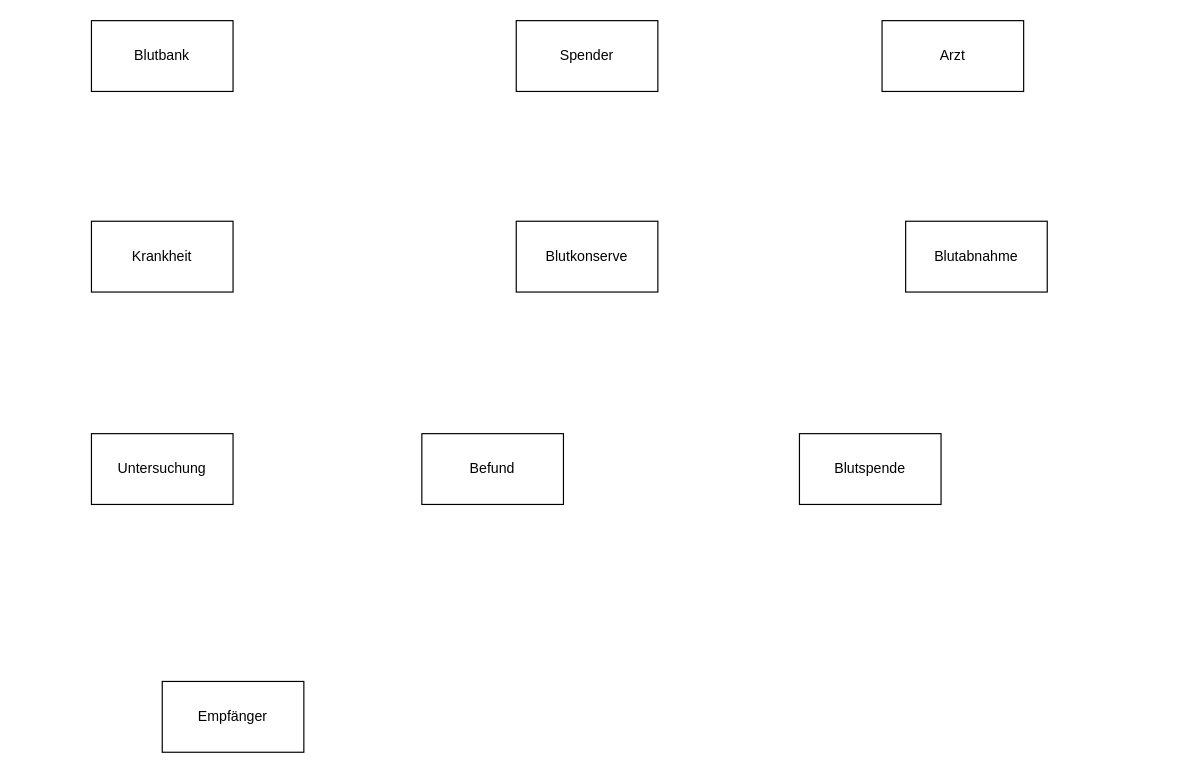
The draw.io diagram Tag_4/Fachklassen_Blutdatenbank.drawio in McLutzifer/WIFI_SW-Engineering, before the edit. Source tidied: cells renumbered, new cells numbered last; positions are measured from the earlier drawing's top-left corner, leaving out a move shared by most shapes. Both pictures are drawn from the tidied source at 118%, with x=0, y=0 at pixel (91, 20).
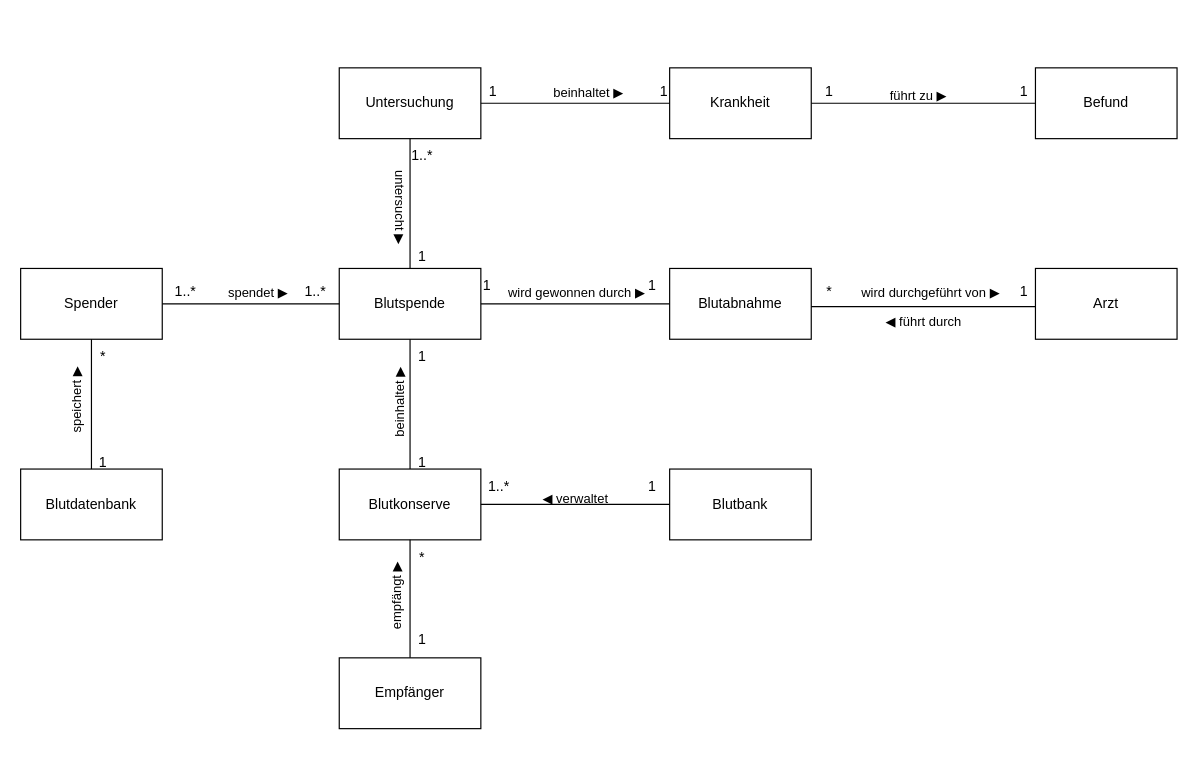
The same diagram, later.

Change to the diagram source:
```diff
@@
     <mxCell id="2" value="Blutkonserve" style="rounded=0;whiteSpace=wrap;html=1;" parent="1" vertex="1">
-      <mxGeometry x="360" y="170" width="120" height="60" as="geometry" />
+      <mxGeometry x="210" y="380" width="120" height="60" as="geometry" />
     </mxCell>
     <mxCell id="3" value="Blutbank" style="rounded=0;whiteSpace=wrap;html=1;" parent="1" vertex="1">
-      <mxGeometry width="120" height="60" as="geometry" />
+      <mxGeometry x="490" y="380" width="120" height="60" as="geometry" />
     </mxCell>
     <mxCell id="4" value="Spender" style="rounded=0;whiteSpace=wrap;html=1;" parent="1" vertex="1">
-      <mxGeometry x="360" width="120" height="60" as="geometry" />
+      <mxGeometry x="-60" y="210" width="120" height="60" as="geometry" />
     </mxCell>
     <mxCell id="5" value="Arzt" style="rounded=0;whiteSpace=wrap;html=1;" parent="1" vertex="1">
-      <mxGeometry x="670" width="120" height="60" as="geometry" />
+      <mxGeometry x="800" y="210" width="120" height="60" as="geometry" />
     </mxCell>
     <mxCell id="6" value="Blutabnahme" style="rounded=0;whiteSpace=wrap;html=1;" parent="1" vertex="1">
-      <mxGeometry x="690" y="170" width="120" height="60" as="geometry" />
+      <mxGeometry x="490" y="210" width="120" height="60" as="geometry" />
     </mxCell>
     <mxCell id="7" value="Krankheit" style="rounded=0;whiteSpace=wrap;html=1;" parent="1" vertex="1">
-      <mxGeometry y="170" width="120" height="60" as="geometry" />
+      <mxGeometry x="490" y="40" width="120" height="60" as="geometry" />
     </mxCell>
     <mxCell id="8" value="Untersuchung" style="rounded=0;whiteSpace=wrap;html=1;" parent="1" vertex="1">
-      <mxGeometry y="350" width="120" height="60" as="geometry" />
+      <mxGeometry x="210" y="40" width="120" height="60" as="geometry" />
     </mxCell>
     <mxCell id="9" value="Befund" style="rounded=0;whiteSpace=wrap;html=1;" parent="1" vertex="1">
-      <mxGeometry x="280" y="350" width="120" height="60" as="geometry" />
+      <mxGeometry x="800" y="40" width="120" height="60" as="geometry" />
     </mxCell>
     <mxCell id="10" value="Blutspende" style="rounded=0;whiteSpace=wrap;html=1;" parent="1" vertex="1">
-      <mxGeometry x="600" y="350" width="120" height="60" as="geometry" />
+      <mxGeometry x="210" y="210" width="120" height="60" as="geometry" />
     </mxCell>
     <mxCell id="11" value="Empfänger" style="rounded=0;whiteSpace=wrap;html=1;" parent="1" vertex="1">
-      <mxGeometry x="60" y="560" width="120" height="60" as="geometry" />
+      <mxGeometry x="210" y="540" width="120" height="60" as="geometry" />
     </mxCell>
+    <mxCell id="12" style="endArrow=none;html=1;rounded=0;entryX=1;entryY=0.5;entryDx=0;entryDy=0;exitX=0;exitY=0.5;exitDx=0;exitDy=0;" parent="1" edge="1" source="10" target="4">
+      <mxGeometry relative="1" as="geometry" />
+    </mxCell>
+    <mxCell id="13" value="spendet ▶" style="edgeLabel;html=1;align=center;verticalAlign=middle;rotation=0;" parent="12" vertex="1">
+      <mxGeometry x="0.35" y="-1" relative="1" as="geometry">
+        <mxPoint x="31" y="-9" as="offset" />
+      </mxGeometry>
+    </mxCell>
+    <mxCell id="14" style="endArrow=none;html=1;rounded=0;entryX=0;entryY=0.5;entryDx=0;entryDy=0;exitX=1;exitY=0.5;exitDx=0;exitDy=0;" parent="1" edge="1" source="10" target="6">
+      <mxGeometry relative="1" as="geometry" />
+    </mxCell>
+    <mxCell id="15" value="wird gewonnen durch ▶" style="edgeLabel;html=1;align=center;verticalAlign=middle;rotation=0;" parent="1" vertex="1">
+      <mxGeometry x="410" y="230" as="geometry" />
+    </mxCell>
+    <mxCell id="16" style="endArrow=none;html=1;rounded=0;entryX=0;entryY=0.5;entryDx=0;entryDy=0;exitX=1;exitY=0.5;exitDx=0;exitDy=0;" parent="1" edge="1">
+      <mxGeometry relative="1" as="geometry">
+        <mxPoint x="610" y="242.3" as="sourcePoint" />
+        <mxPoint x="800" y="242.3" as="targetPoint" />
+      </mxGeometry>
+    </mxCell>
+    <mxCell id="17" value="wird durchgeführt von ▶" style="edgeLabel;html=1;align=center;verticalAlign=middle;rotation=0;" parent="1" vertex="1">
+      <mxGeometry x="710" y="230" as="geometry" />
+    </mxCell>
+    <mxCell id="18" value="&lt;font style=&quot;font-size: 11px;&quot;&gt;◀ führt durch&lt;br&gt;&lt;/font&gt;" style="text;html=1;align=center;verticalAlign=middle;strokeColor=none;fillColor=none;" parent="1" vertex="1">
+      <mxGeometry x="660" y="240" width="90" height="30" as="geometry" />
+    </mxCell>
+    <mxCell id="19" value="Blutdatenbank" style="rounded=0;whiteSpace=wrap;html=1;" parent="1" vertex="1">
+      <mxGeometry x="-60" y="380" width="120" height="60" as="geometry" />
+    </mxCell>
+    <mxCell id="20" style="endArrow=none;html=1;rounded=0;entryX=0.5;entryY=1;entryDx=0;entryDy=0;exitX=0.5;exitY=0;exitDx=0;exitDy=0;" parent="1" edge="1" source="19" target="4">
+      <mxGeometry relative="1" as="geometry" />
+    </mxCell>
+    <mxCell id="21" value="speichert ▶" style="edgeLabel;html=1;align=center;verticalAlign=middle;rotation=-90;" parent="1" vertex="1">
+      <mxGeometry x="-10" y="330" as="geometry">
+        <mxPoint x="7" y="-3" as="offset" />
+      </mxGeometry>
+    </mxCell>
+    <mxCell id="22" value="1" style="text;html=1;strokeColor=none;fillColor=none;align=center;verticalAlign=middle;whiteSpace=wrap;rounded=0;" parent="1" vertex="1">
+      <mxGeometry x="-20" y="360" width="60" height="30" as="geometry" />
+    </mxCell>
+    <mxCell id="23" value="*" style="text;html=1;strokeColor=none;fillColor=none;align=center;verticalAlign=middle;whiteSpace=wrap;rounded=0;" parent="1" vertex="1">
+      <mxGeometry x="-20" y="270" width="60" height="30" as="geometry" />
+    </mxCell>
+    <mxCell id="24" value="1..*" style="text;html=1;strokeColor=none;fillColor=none;align=center;verticalAlign=middle;whiteSpace=wrap;rounded=0;" parent="1" vertex="1">
+      <mxGeometry x="50" y="215" width="60" height="30" as="geometry" />
+    </mxCell>
+    <mxCell id="25" value="1..*" style="text;html=1;strokeColor=none;fillColor=none;align=center;verticalAlign=middle;whiteSpace=wrap;rounded=0;" parent="1" vertex="1">
+      <mxGeometry x="160" y="215" width="60" height="30" as="geometry" />
+    </mxCell>
+    <mxCell id="26" value="1" style="text;html=1;align=center;verticalAlign=middle;strokeColor=none;fillColor=none;" parent="1" vertex="1">
+      <mxGeometry x="775" y="215" width="30" height="30" as="geometry" />
+    </mxCell>
+    <mxCell id="27" value="*" style="text;html=1;align=center;verticalAlign=middle;strokeColor=none;fillColor=none;" parent="1" vertex="1">
+      <mxGeometry x="610" y="215" width="30" height="30" as="geometry" />
+    </mxCell>
+    <mxCell id="28" value="untersucht ▶" style="edgeLabel;html=1;align=center;verticalAlign=middle;rotation=90;" parent="1" vertex="1">
+      <mxGeometry x="260" y="150" as="geometry">
+        <mxPoint x="7" y="-3" as="offset" />
+      </mxGeometry>
+    </mxCell>
+    <mxCell id="29" style="endArrow=none;html=1;rounded=0;entryX=0;entryY=0.5;entryDx=0;entryDy=0;exitX=1;exitY=0.5;exitDx=0;exitDy=0;" parent="1" edge="1" source="8" target="7">
+      <mxGeometry relative="1" as="geometry" />
+    </mxCell>
+    <mxCell id="30" value="beinhaltet ▶" style="edgeLabel;html=1;align=center;verticalAlign=middle;rotation=0;" parent="1" vertex="1">
+      <mxGeometry x="420" y="60" as="geometry" />
+    </mxCell>
+    <mxCell id="31" value="1" style="text;html=1;align=center;verticalAlign=middle;strokeColor=none;fillColor=none;" parent="1" vertex="1">
+      <mxGeometry x="325" y="45" width="30" height="30" as="geometry" />
+    </mxCell>
+    <mxCell id="32" value="1" style="text;html=1;align=center;verticalAlign=middle;strokeColor=none;fillColor=none;" parent="1" vertex="1">
+      <mxGeometry x="470" y="45" width="30" height="30" as="geometry" />
+    </mxCell>
+    <mxCell id="33" value="1" style="text;html=1;align=center;verticalAlign=middle;strokeColor=none;fillColor=none;" parent="1" vertex="1">
+      <mxGeometry x="265" y="185" width="30" height="30" as="geometry" />
+    </mxCell>
+    <mxCell id="34" value="1..*" style="text;html=1;align=center;verticalAlign=middle;strokeColor=none;fillColor=none;" parent="1" vertex="1">
+      <mxGeometry x="260" y="100" width="40" height="30" as="geometry" />
+    </mxCell>
+    <mxCell id="35" style="endArrow=none;html=1;rounded=0;entryX=1;entryY=0.5;entryDx=0;entryDy=0;exitX=0;exitY=0.5;exitDx=0;exitDy=0;" parent="1" edge="1" source="9" target="7">
+      <mxGeometry relative="1" as="geometry" />
+    </mxCell>
+    <mxCell id="36" value="&lt;font style=&quot;font-size: 11px;&quot;&gt;führt zu ▶&lt;/font&gt;" style="text;whiteSpace=wrap;html=1;" parent="1" vertex="1">
+      <mxGeometry x="675" y="50" width="100" height="40" as="geometry" />
+    </mxCell>
+    <mxCell id="37" value="1" style="text;html=1;align=center;verticalAlign=middle;strokeColor=none;fillColor=none;" parent="1" vertex="1">
+      <mxGeometry x="610" y="45" width="30" height="30" as="geometry" />
+    </mxCell>
+    <mxCell id="38" value="1" style="text;html=1;align=center;verticalAlign=middle;strokeColor=none;fillColor=none;" parent="1" vertex="1">
+      <mxGeometry x="775" y="45" width="30" height="30" as="geometry" />
+    </mxCell>
+    <mxCell id="39" style="endArrow=none;html=1;rounded=0;entryX=0.5;entryY=1;entryDx=0;entryDy=0;exitX=0.5;exitY=0;exitDx=0;exitDy=0;" parent="1" edge="1" source="10" target="8">
+      <mxGeometry relative="1" as="geometry" />
+    </mxCell>
+    <mxCell id="40" style="endArrow=none;html=1;rounded=0;exitX=0.5;exitY=1;exitDx=0;exitDy=0;entryX=0.5;entryY=0;entryDx=0;entryDy=0;" parent="1" edge="1" source="10" target="2">
+      <mxGeometry relative="1" as="geometry" />
+    </mxCell>
+    <mxCell id="41" value="beinhaltet ▶" style="edgeLabel;html=1;align=center;verticalAlign=middle;rotation=-90;" parent="1" vertex="1">
+      <mxGeometry x="260" y="330" as="geometry">
+        <mxPoint x="5" as="offset" />
+      </mxGeometry>
+    </mxCell>
+    <mxCell id="42" value="1" style="text;html=1;align=center;verticalAlign=middle;strokeColor=none;fillColor=none;" parent="1" vertex="1">
+      <mxGeometry x="265" y="270" width="30" height="30" as="geometry" />
+    </mxCell>
+    <mxCell id="43" value="1" style="text;html=1;align=center;verticalAlign=middle;strokeColor=none;fillColor=none;" parent="1" vertex="1">
+      <mxGeometry x="265" y="360" width="30" height="30" as="geometry" />
+    </mxCell>
+    <mxCell id="44" style="endArrow=none;html=1;rounded=0;exitX=1;exitY=0.5;exitDx=0;exitDy=0;entryX=0;entryY=0.5;entryDx=0;entryDy=0;" parent="1" edge="1" source="2" target="3">
+      <mxGeometry relative="1" as="geometry" />
+    </mxCell>
+    <mxCell id="45" value="&lt;font style=&quot;font-size: 11px;&quot;&gt;◀ verwaltet&lt;br&gt;&lt;/font&gt;" style="text;html=1;align=center;verticalAlign=middle;strokeColor=none;fillColor=none;" parent="1" vertex="1">
+      <mxGeometry x="370" y="390" width="80" height="30" as="geometry" />
+    </mxCell>
+    <mxCell id="46" value="1" style="text;html=1;align=center;verticalAlign=middle;strokeColor=none;fillColor=none;" parent="1" vertex="1">
+      <mxGeometry x="460" y="380" width="30" height="30" as="geometry" />
+    </mxCell>
+    <mxCell id="47" value="1..*" style="text;html=1;align=center;verticalAlign=middle;strokeColor=none;fillColor=none;" parent="1" vertex="1">
+      <mxGeometry x="325" y="380" width="40" height="30" as="geometry" />
+    </mxCell>
+    <mxCell id="48" value="empfängt ▶" style="edgeLabel;html=1;align=center;verticalAlign=middle;rotation=-90;" parent="1" vertex="1">
+      <mxGeometry x="265" y="490" as="geometry">
+        <mxPoint x="1" y="-7" as="offset" />
+      </mxGeometry>
+    </mxCell>
+    <mxCell id="49" style="endArrow=none;html=1;rounded=0;exitX=0.5;exitY=0;exitDx=0;exitDy=0;entryX=0.5;entryY=1;entryDx=0;entryDy=0;" parent="1" edge="1" source="11" target="2">
+      <mxGeometry relative="1" as="geometry" />
+    </mxCell>
+    <mxCell id="50" value="1" style="text;html=1;align=center;verticalAlign=middle;strokeColor=none;fillColor=none;" parent="1" vertex="1">
+      <mxGeometry x="265" y="510" width="30" height="30" as="geometry" />
+    </mxCell>
+    <mxCell id="51" value="*" style="text;html=1;align=center;verticalAlign=middle;strokeColor=none;fillColor=none;" parent="1" vertex="1">
+      <mxGeometry x="265" y="440" width="30" height="30" as="geometry" />
+    </mxCell>
+    <mxCell id="52" value="1" style="text;html=1;align=center;verticalAlign=middle;strokeColor=none;fillColor=none;" parent="1" vertex="1">
+      <mxGeometry x="320" y="210" width="30" height="30" as="geometry" />
+    </mxCell>
+    <mxCell id="53" value="1" style="text;html=1;align=center;verticalAlign=middle;strokeColor=none;fillColor=none;" parent="1" vertex="1">
+      <mxGeometry x="460" y="210" width="30" height="30" as="geometry" />
+    </mxCell>
```
